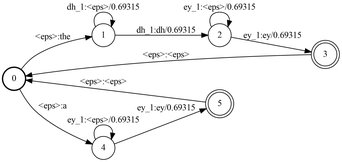
Hamesz/ASR-CW keeps this Graphviz diagram as tmp.png. Above is the earlier version. Its source is kept beside it as tmp.dot.
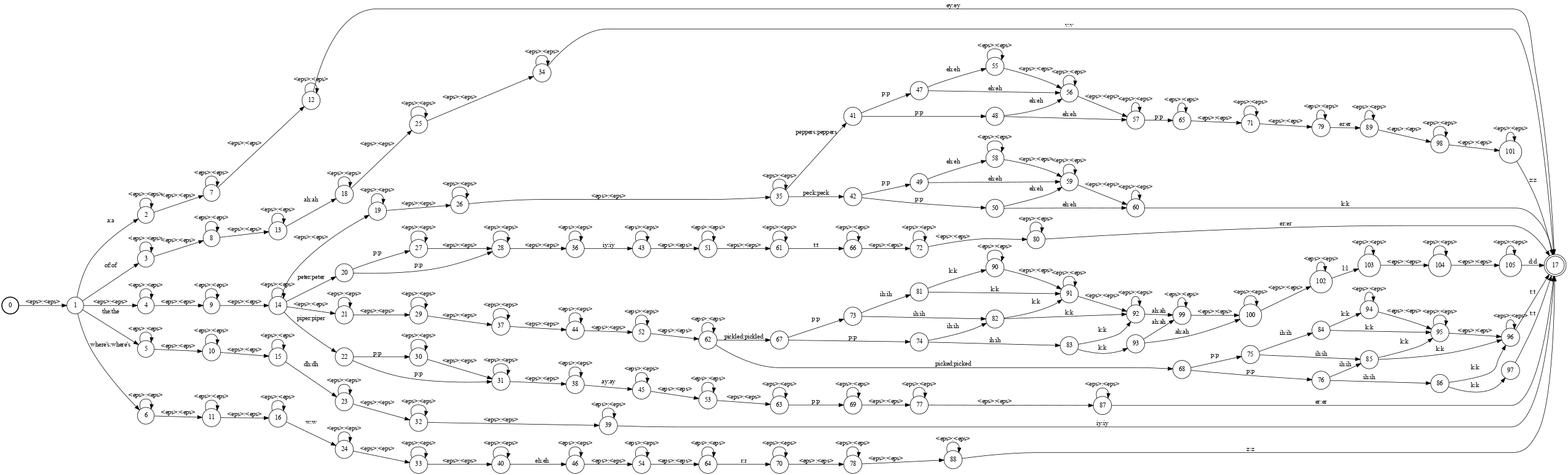
The same file after the commit.

The edit, as a diff of the source:
```diff
@@ -6,19 +6,325 @@
 ranksep = "0.4";
 nodesep = "0.25";
 0 [label = "0", shape = circle, style = bold, fontsize = 14]
-	0 -> 1 [label = "<eps>:the", fontsize = 14];
-	0 -> 4 [label = "<eps>:a", fontsize = 14];
+	0 -> 1 [label = "<eps>:<eps>", fontsize = 14];
 1 [label = "1", shape = circle, style = solid, fontsize = 14]
-	1 -> 1 [label = "dh_1:<eps>/0.69315", fontsize = 14];
-	1 -> 2 [label = "dh_1:dh/0.69315", fontsize = 14];
+	1 -> 2 [label = "a:a", fontsize = 14];
+	1 -> 3 [label = "of:of", fontsize = 14];
+	1 -> 4 [label = "<eps>:<eps>", fontsize = 14];
+	1 -> 5 [label = "the:the", fontsize = 14];
+	1 -> 6 [label = "where's:where's", fontsize = 14];
 2 [label = "2", shape = circle, style = solid, fontsize = 14]
-	2 -> 2 [label = "ey_1:<eps>/0.69315", fontsize = 14];
-	2 -> 3 [label = "ey_1:ey/0.69315", fontsize = 14];
-3 [label = "3", shape = doublecircle, style = solid, fontsize = 14]
-	3 -> 0 [label = "<eps>:<eps>", fontsize = 14];
+	2 -> 2 [label = "<eps>:<eps>", fontsize = 14];
+	2 -> 7 [label = "<eps>:<eps>", fontsize = 14];
+3 [label = "3", shape = circle, style = solid, fontsize = 14]
+	3 -> 3 [label = "<eps>:<eps>", fontsize = 14];
+	3 -> 8 [label = "<eps>:<eps>", fontsize = 14];
 4 [label = "4", shape = circle, style = solid, fontsize = 14]
-	4 -> 4 [label = "ey_1:<eps>/0.69315", fontsize = 14];
-	4 -> 5 [label = "ey_1:ey/0.69315", fontsize = 14];
-5 [label = "5", shape = doublecircle, style = solid, fontsize = 14]
-	5 -> 0 [label = "<eps>:<eps>", fontsize = 14];
+	4 -> 4 [label = "<eps>:<eps>", fontsize = 14];
+	4 -> 9 [label = "<eps>:<eps>", fontsize = 14];
+5 [label = "5", shape = circle, style = solid, fontsize = 14]
+	5 -> 5 [label = "<eps>:<eps>", fontsize = 14];
+	5 -> 10 [label = "<eps>:<eps>", fontsize = 14];
+6 [label = "6", shape = circle, style = solid, fontsize = 14]
+	6 -> 6 [label = "<eps>:<eps>", fontsize = 14];
+	6 -> 11 [label = "<eps>:<eps>", fontsize = 14];
+7 [label = "7", shape = circle, style = solid, fontsize = 14]
+	7 -> 7 [label = "<eps>:<eps>", fontsize = 14];
+	7 -> 12 [label = "<eps>:<eps>", fontsize = 14];
+8 [label = "8", shape = circle, style = solid, fontsize = 14]
+	8 -> 8 [label = "<eps>:<eps>", fontsize = 14];
+	8 -> 13 [label = "<eps>:<eps>", fontsize = 14];
+9 [label = "9", shape = circle, style = solid, fontsize = 14]
+	9 -> 9 [label = "<eps>:<eps>", fontsize = 14];
+	9 -> 14 [label = "<eps>:<eps>", fontsize = 14];
+10 [label = "10", shape = circle, style = solid, fontsize = 14]
+	10 -> 10 [label = "<eps>:<eps>", fontsize = 14];
+	10 -> 15 [label = "<eps>:<eps>", fontsize = 14];
+11 [label = "11", shape = circle, style = solid, fontsize = 14]
+	11 -> 11 [label = "<eps>:<eps>", fontsize = 14];
+	11 -> 16 [label = "<eps>:<eps>", fontsize = 14];
+12 [label = "12", shape = circle, style = solid, fontsize = 14]
+	12 -> 12 [label = "<eps>:<eps>", fontsize = 14];
+	12 -> 17 [label = "ey:ey", fontsize = 14];
+13 [label = "13", shape = circle, style = solid, fontsize = 14]
+	13 -> 13 [label = "<eps>:<eps>", fontsize = 14];
+	13 -> 18 [label = "ah:ah", fontsize = 14];
+14 [label = "14", shape = circle, style = solid, fontsize = 14]
+	14 -> 14 [label = "<eps>:<eps>", fontsize = 14];
+	14 -> 19 [label = "<eps>:<eps>", fontsize = 14];
+	14 -> 20 [label = "peter:peter", fontsize = 14];
+	14 -> 21 [label = "<eps>:<eps>", fontsize = 14];
+	14 -> 22 [label = "piper:piper", fontsize = 14];
+15 [label = "15", shape = circle, style = solid, fontsize = 14]
+	15 -> 23 [label = "dh:dh", fontsize = 14];
+	15 -> 15 [label = "<eps>:<eps>", fontsize = 14];
+16 [label = "16", shape = circle, style = solid, fontsize = 14]
+	16 -> 24 [label = "w:w", fontsize = 14];
+	16 -> 16 [label = "<eps>:<eps>", fontsize = 14];
+17 [label = "17", shape = doublecircle, style = solid, fontsize = 14]
+18 [label = "18", shape = circle, style = solid, fontsize = 14]
+	18 -> 18 [label = "<eps>:<eps>", fontsize = 14];
+	18 -> 25 [label = "<eps>:<eps>", fontsize = 14];
+19 [label = "19", shape = circle, style = solid, fontsize = 14]
+	19 -> 19 [label = "<eps>:<eps>", fontsize = 14];
+	19 -> 26 [label = "<eps>:<eps>", fontsize = 14];
+20 [label = "20", shape = circle, style = solid, fontsize = 14]
+	20 -> 27 [label = "p:p", fontsize = 14];
+	20 -> 28 [label = "p:p", fontsize = 14];
+21 [label = "21", shape = circle, style = solid, fontsize = 14]
+	21 -> 21 [label = "<eps>:<eps>", fontsize = 14];
+	21 -> 29 [label = "<eps>:<eps>", fontsize = 14];
+22 [label = "22", shape = circle, style = solid, fontsize = 14]
+	22 -> 30 [label = "p:p", fontsize = 14];
+	22 -> 31 [label = "p:p", fontsize = 14];
+23 [label = "23", shape = circle, style = solid, fontsize = 14]
+	23 -> 23 [label = "<eps>:<eps>", fontsize = 14];
+	23 -> 32 [label = "<eps>:<eps>", fontsize = 14];
+24 [label = "24", shape = circle, style = solid, fontsize = 14]
+	24 -> 24 [label = "<eps>:<eps>", fontsize = 14];
+	24 -> 33 [label = "<eps>:<eps>", fontsize = 14];
+25 [label = "25", shape = circle, style = solid, fontsize = 14]
+	25 -> 25 [label = "<eps>:<eps>", fontsize = 14];
+	25 -> 34 [label = "<eps>:<eps>", fontsize = 14];
+26 [label = "26", shape = circle, style = solid, fontsize = 14]
+	26 -> 26 [label = "<eps>:<eps>", fontsize = 14];
+	26 -> 35 [label = "<eps>:<eps>", fontsize = 14];
+27 [label = "27", shape = circle, style = solid, fontsize = 14]
+	27 -> 27 [label = "<eps>:<eps>", fontsize = 14];
+	27 -> 28 [label = "<eps>:<eps>", fontsize = 14];
+28 [label = "28", shape = circle, style = solid, fontsize = 14]
+	28 -> 28 [label = "<eps>:<eps>", fontsize = 14];
+	28 -> 36 [label = "<eps>:<eps>", fontsize = 14];
+29 [label = "29", shape = circle, style = solid, fontsize = 14]
+	29 -> 29 [label = "<eps>:<eps>", fontsize = 14];
+	29 -> 37 [label = "<eps>:<eps>", fontsize = 14];
+30 [label = "30", shape = circle, style = solid, fontsize = 14]
+	30 -> 30 [label = "<eps>:<eps>", fontsize = 14];
+	30 -> 31 [label = "<eps>:<eps>", fontsize = 14];
+31 [label = "31", shape = circle, style = solid, fontsize = 14]
+	31 -> 31 [label = "<eps>:<eps>", fontsize = 14];
+	31 -> 38 [label = "<eps>:<eps>", fontsize = 14];
+32 [label = "32", shape = circle, style = solid, fontsize = 14]
+	32 -> 32 [label = "<eps>:<eps>", fontsize = 14];
+	32 -> 39 [label = "<eps>:<eps>", fontsize = 14];
+33 [label = "33", shape = circle, style = solid, fontsize = 14]
+	33 -> 33 [label = "<eps>:<eps>", fontsize = 14];
+	33 -> 40 [label = "<eps>:<eps>", fontsize = 14];
+34 [label = "34", shape = circle, style = solid, fontsize = 14]
+	34 -> 34 [label = "<eps>:<eps>", fontsize = 14];
+	34 -> 17 [label = "v:v", fontsize = 14];
+35 [label = "35", shape = circle, style = solid, fontsize = 14]
+	35 -> 41 [label = "peppers:peppers", fontsize = 14];
+	35 -> 35 [label = "<eps>:<eps>", fontsize = 14];
+	35 -> 42 [label = "peck:peck", fontsize = 14];
+36 [label = "36", shape = circle, style = solid, fontsize = 14]
+	36 -> 36 [label = "<eps>:<eps>", fontsize = 14];
+	36 -> 43 [label = "iy:iy", fontsize = 14];
+37 [label = "37", shape = circle, style = solid, fontsize = 14]
+	37 -> 44 [label = "<eps>:<eps>", fontsize = 14];
+	37 -> 37 [label = "<eps>:<eps>", fontsize = 14];
+38 [label = "38", shape = circle, style = solid, fontsize = 14]
+	38 -> 45 [label = "ay:ay", fontsize = 14];
+	38 -> 38 [label = "<eps>:<eps>", fontsize = 14];
+39 [label = "39", shape = circle, style = solid, fontsize = 14]
+	39 -> 39 [label = "<eps>:<eps>", fontsize = 14];
+	39 -> 17 [label = "iy:iy", fontsize = 14];
+40 [label = "40", shape = circle, style = solid, fontsize = 14]
+	40 -> 40 [label = "<eps>:<eps>", fontsize = 14];
+	40 -> 46 [label = "eh:eh", fontsize = 14];
+41 [label = "41", shape = circle, style = solid, fontsize = 14]
+	41 -> 47 [label = "p:p", fontsize = 14];
+	41 -> 48 [label = "p:p", fontsize = 14];
+42 [label = "42", shape = circle, style = solid, fontsize = 14]
+	42 -> 49 [label = "p:p", fontsize = 14];
+	42 -> 50 [label = "p:p", fontsize = 14];
+43 [label = "43", shape = circle, style = solid, fontsize = 14]
+	43 -> 43 [label = "<eps>:<eps>", fontsize = 14];
+	43 -> 51 [label = "<eps>:<eps>", fontsize = 14];
+44 [label = "44", shape = circle, style = solid, fontsize = 14]
+	44 -> 44 [label = "<eps>:<eps>", fontsize = 14];
+	44 -> 52 [label = "<eps>:<eps>", fontsize = 14];
+45 [label = "45", shape = circle, style = solid, fontsize = 14]
+	45 -> 45 [label = "<eps>:<eps>", fontsize = 14];
+	45 -> 53 [label = "<eps>:<eps>", fontsize = 14];
+46 [label = "46", shape = circle, style = solid, fontsize = 14]
+	46 -> 46 [label = "<eps>:<eps>", fontsize = 14];
+	46 -> 54 [label = "<eps>:<eps>", fontsize = 14];
+47 [label = "47", shape = circle, style = solid, fontsize = 14]
+	47 -> 55 [label = "eh:eh", fontsize = 14];
+	47 -> 56 [label = "eh:eh", fontsize = 14];
+48 [label = "48", shape = circle, style = solid, fontsize = 14]
+	48 -> 56 [label = "eh:eh", fontsize = 14];
+	48 -> 57 [label = "eh:eh", fontsize = 14];
+49 [label = "49", shape = circle, style = solid, fontsize = 14]
+	49 -> 58 [label = "eh:eh", fontsize = 14];
+	49 -> 59 [label = "eh:eh", fontsize = 14];
+50 [label = "50", shape = circle, style = solid, fontsize = 14]
+	50 -> 59 [label = "eh:eh", fontsize = 14];
+	50 -> 60 [label = "eh:eh", fontsize = 14];
+51 [label = "51", shape = circle, style = solid, fontsize = 14]
+	51 -> 51 [label = "<eps>:<eps>", fontsize = 14];
+	51 -> 61 [label = "<eps>:<eps>", fontsize = 14];
+52 [label = "52", shape = circle, style = solid, fontsize = 14]
+	52 -> 52 [label = "<eps>:<eps>", fontsize = 14];
+	52 -> 62 [label = "<eps>:<eps>", fontsize = 14];
+53 [label = "53", shape = circle, style = solid, fontsize = 14]
+	53 -> 53 [label = "<eps>:<eps>", fontsize = 14];
+	53 -> 63 [label = "<eps>:<eps>", fontsize = 14];
+54 [label = "54", shape = circle, style = solid, fontsize = 14]
+	54 -> 54 [label = "<eps>:<eps>", fontsize = 14];
+	54 -> 64 [label = "<eps>:<eps>", fontsize = 14];
+55 [label = "55", shape = circle, style = solid, fontsize = 14]
+	55 -> 55 [label = "<eps>:<eps>", fontsize = 14];
+	55 -> 56 [label = "<eps>:<eps>", fontsize = 14];
+56 [label = "56", shape = circle, style = solid, fontsize = 14]
+	56 -> 56 [label = "<eps>:<eps>", fontsize = 14];
+	56 -> 57 [label = "<eps>:<eps>", fontsize = 14];
+57 [label = "57", shape = circle, style = solid, fontsize = 14]
+	57 -> 57 [label = "<eps>:<eps>", fontsize = 14];
+	57 -> 65 [label = "p:p", fontsize = 14];
+58 [label = "58", shape = circle, style = solid, fontsize = 14]
+	58 -> 58 [label = "<eps>:<eps>", fontsize = 14];
+	58 -> 59 [label = "<eps>:<eps>", fontsize = 14];
+59 [label = "59", shape = circle, style = solid, fontsize = 14]
+	59 -> 59 [label = "<eps>:<eps>", fontsize = 14];
+	59 -> 60 [label = "<eps>:<eps>", fontsize = 14];
+60 [label = "60", shape = circle, style = solid, fontsize = 14]
+	60 -> 60 [label = "<eps>:<eps>", fontsize = 14];
+	60 -> 17 [label = "k:k", fontsize = 14];
+61 [label = "61", shape = circle, style = solid, fontsize = 14]
+	61 -> 66 [label = "t:t", fontsize = 14];
+	61 -> 61 [label = "<eps>:<eps>", fontsize = 14];
+62 [label = "62", shape = circle, style = solid, fontsize = 14]
+	62 -> 67 [label = "pickled:pickled", fontsize = 14];
+	62 -> 62 [label = "<eps>:<eps>", fontsize = 14];
+	62 -> 68 [label = "picked:picked", fontsize = 14];
+63 [label = "63", shape = circle, style = solid, fontsize = 14]
+	63 -> 63 [label = "<eps>:<eps>", fontsize = 14];
+	63 -> 69 [label = "p:p", fontsize = 14];
+64 [label = "64", shape = circle, style = solid, fontsize = 14]
+	64 -> 70 [label = "r:r", fontsize = 14];
+	64 -> 64 [label = "<eps>:<eps>", fontsize = 14];
+65 [label = "65", shape = circle, style = solid, fontsize = 14]
+	65 -> 65 [label = "<eps>:<eps>", fontsize = 14];
+	65 -> 71 [label = "<eps>:<eps>", fontsize = 14];
+66 [label = "66", shape = circle, style = solid, fontsize = 14]
+	66 -> 66 [label = "<eps>:<eps>", fontsize = 14];
+	66 -> 72 [label = "<eps>:<eps>", fontsize = 14];
+67 [label = "67", shape = circle, style = solid, fontsize = 14]
+	67 -> 73 [label = "p:p", fontsize = 14];
+	67 -> 74 [label = "p:p", fontsize = 14];
+68 [label = "68", shape = circle, style = solid, fontsize = 14]
+	68 -> 75 [label = "p:p", fontsize = 14];
+	68 -> 76 [label = "p:p", fontsize = 14];
+69 [label = "69", shape = circle, style = solid, fontsize = 14]
+	69 -> 69 [label = "<eps>:<eps>", fontsize = 14];
+	69 -> 77 [label = "<eps>:<eps>", fontsize = 14];
+70 [label = "70", shape = circle, style = solid, fontsize = 14]
+	70 -> 70 [label = "<eps>:<eps>", fontsize = 14];
+	70 -> 78 [label = "<eps>:<eps>", fontsize = 14];
+71 [label = "71", shape = circle, style = solid, fontsize = 14]
+	71 -> 71 [label = "<eps>:<eps>", fontsize = 14];
+	71 -> 79 [label = "<eps>:<eps>", fontsize = 14];
+72 [label = "72", shape = circle, style = solid, fontsize = 14]
+	72 -> 72 [label = "<eps>:<eps>", fontsize = 14];
+	72 -> 80 [label = "<eps>:<eps>", fontsize = 14];
+73 [label = "73", shape = circle, style = solid, fontsize = 14]
+	73 -> 81 [label = "ih:ih", fontsize = 14];
+	73 -> 82 [label = "ih:ih", fontsize = 14];
+74 [label = "74", shape = circle, style = solid, fontsize = 14]
+	74 -> 82 [label = "ih:ih", fontsize = 14];
+	74 -> 83 [label = "ih:ih", fontsize = 14];
+75 [label = "75", shape = circle, style = solid, fontsize = 14]
+	75 -> 84 [label = "ih:ih", fontsize = 14];
+	75 -> 85 [label = "ih:ih", fontsize = 14];
+76 [label = "76", shape = circle, style = solid, fontsize = 14]
+	76 -> 85 [label = "ih:ih", fontsize = 14];
+	76 -> 86 [label = "ih:ih", fontsize = 14];
+77 [label = "77", shape = circle, style = solid, fontsize = 14]
+	77 -> 77 [label = "<eps>:<eps>", fontsize = 14];
+	77 -> 87 [label = "<eps>:<eps>", fontsize = 14];
+78 [label = "78", shape = circle, style = solid, fontsize = 14]
+	78 -> 78 [label = "<eps>:<eps>", fontsize = 14];
+	78 -> 88 [label = "<eps>:<eps>", fontsize = 14];
+79 [label = "79", shape = circle, style = solid, fontsize = 14]
+	79 -> 79 [label = "<eps>:<eps>", fontsize = 14];
+	79 -> 89 [label = "er:er", fontsize = 14];
+80 [label = "80", shape = circle, style = solid, fontsize = 14]
+	80 -> 80 [label = "<eps>:<eps>", fontsize = 14];
+	80 -> 17 [label = "er:er", fontsize = 14];
+81 [label = "81", shape = circle, style = solid, fontsize = 14]
+	81 -> 90 [label = "k:k", fontsize = 14];
+	81 -> 91 [label = "k:k", fontsize = 14];
+82 [label = "82", shape = circle, style = solid, fontsize = 14]
+	82 -> 91 [label = "k:k", fontsize = 14];
+	82 -> 92 [label = "k:k", fontsize = 14];
+83 [label = "83", shape = circle, style = solid, fontsize = 14]
+	83 -> 92 [label = "k:k", fontsize = 14];
+	83 -> 93 [label = "k:k", fontsize = 14];
+84 [label = "84", shape = circle, style = solid, fontsize = 14]
+	84 -> 94 [label = "k:k", fontsize = 14];
+	84 -> 95 [label = "k:k", fontsize = 14];
+85 [label = "85", shape = circle, style = solid, fontsize = 14]
+	85 -> 95 [label = "k:k", fontsize = 14];
+	85 -> 96 [label = "k:k", fontsize = 14];
+86 [label = "86", shape = circle, style = solid, fontsize = 14]
+	86 -> 96 [label = "k:k", fontsize = 14];
+	86 -> 97 [label = "k:k", fontsize = 14];
+87 [label = "87", shape = circle, style = solid, fontsize = 14]
+	87 -> 87 [label = "<eps>:<eps>", fontsize = 14];
+	87 -> 17 [label = "er:er", fontsize = 14];
+88 [label = "88", shape = circle, style = solid, fontsize = 14]
+	88 -> 88 [label = "<eps>:<eps>", fontsize = 14];
+	88 -> 17 [label = "z:z", fontsize = 14];
+89 [label = "89", shape = circle, style = solid, fontsize = 14]
+	89 -> 89 [label = "<eps>:<eps>", fontsize = 14];
+	89 -> 98 [label = "<eps>:<eps>", fontsize = 14];
+90 [label = "90", shape = circle, style = solid, fontsize = 14]
+	90 -> 90 [label = "<eps>:<eps>", fontsize = 14];
+	90 -> 91 [label = "<eps>:<eps>", fontsize = 14];
+91 [label = "91", shape = circle, style = solid, fontsize = 14]
+	91 -> 91 [label = "<eps>:<eps>", fontsize = 14];
+	91 -> 92 [label = "<eps>:<eps>", fontsize = 14];
+92 [label = "92", shape = circle, style = solid, fontsize = 14]
+	92 -> 92 [label = "<eps>:<eps>", fontsize = 14];
+	92 -> 99 [label = "ah:ah", fontsize = 14];
+93 [label = "93", shape = circle, style = solid, fontsize = 14]
+	93 -> 99 [label = "ah:ah", fontsize = 14];
+	93 -> 100 [label = "ah:ah", fontsize = 14];
+94 [label = "94", shape = circle, style = solid, fontsize = 14]
+	94 -> 94 [label = "<eps>:<eps>", fontsize = 14];
+	94 -> 95 [label = "<eps>:<eps>", fontsize = 14];
+95 [label = "95", shape = circle, style = solid, fontsize = 14]
+	95 -> 95 [label = "<eps>:<eps>", fontsize = 14];
+	95 -> 96 [label = "<eps>:<eps>", fontsize = 14];
+96 [label = "96", shape = circle, style = solid, fontsize = 14]
+	96 -> 96 [label = "<eps>:<eps>", fontsize = 14];
+	96 -> 17 [label = "t:t", fontsize = 14];
+97 [label = "97", shape = circle, style = solid, fontsize = 14]
+	97 -> 17 [label = "t:t", fontsize = 14];
+98 [label = "98", shape = circle, style = solid, fontsize = 14]
+	98 -> 98 [label = "<eps>:<eps>", fontsize = 14];
+	98 -> 101 [label = "<eps>:<eps>", fontsize = 14];
+99 [label = "99", shape = circle, style = solid, fontsize = 14]
+	99 -> 99 [label = "<eps>:<eps>", fontsize = 14];
+	99 -> 100 [label = "<eps>:<eps>", fontsize = 14];
+100 [label = "100", shape = circle, style = solid, fontsize = 14]
+	100 -> 100 [label = "<eps>:<eps>", fontsize = 14];
+	100 -> 102 [label = "<eps>:<eps>", fontsize = 14];
+101 [label = "101", shape = circle, style = solid, fontsize = 14]
+	101 -> 101 [label = "<eps>:<eps>", fontsize = 14];
+	101 -> 17 [label = "z:z", fontsize = 14];
+102 [label = "102", shape = circle, style = solid, fontsize = 14]
+	102 -> 102 [label = "<eps>:<eps>", fontsize = 14];
+	102 -> 103 [label = "l:l", fontsize = 14];
+103 [label = "103", shape = circle, style = solid, fontsize = 14]
+	103 -> 103 [label = "<eps>:<eps>", fontsize = 14];
+	103 -> 104 [label = "<eps>:<eps>", fontsize = 14];
+104 [label = "104", shape = circle, style = solid, fontsize = 14]
+	104 -> 104 [label = "<eps>:<eps>", fontsize = 14];
+	104 -> 105 [label = "<eps>:<eps>", fontsize = 14];
+105 [label = "105", shape = circle, style = solid, fontsize = 14]
+	105 -> 105 [label = "<eps>:<eps>", fontsize = 14];
+	105 -> 17 [label = "d:d", fontsize = 14];
 }
```
